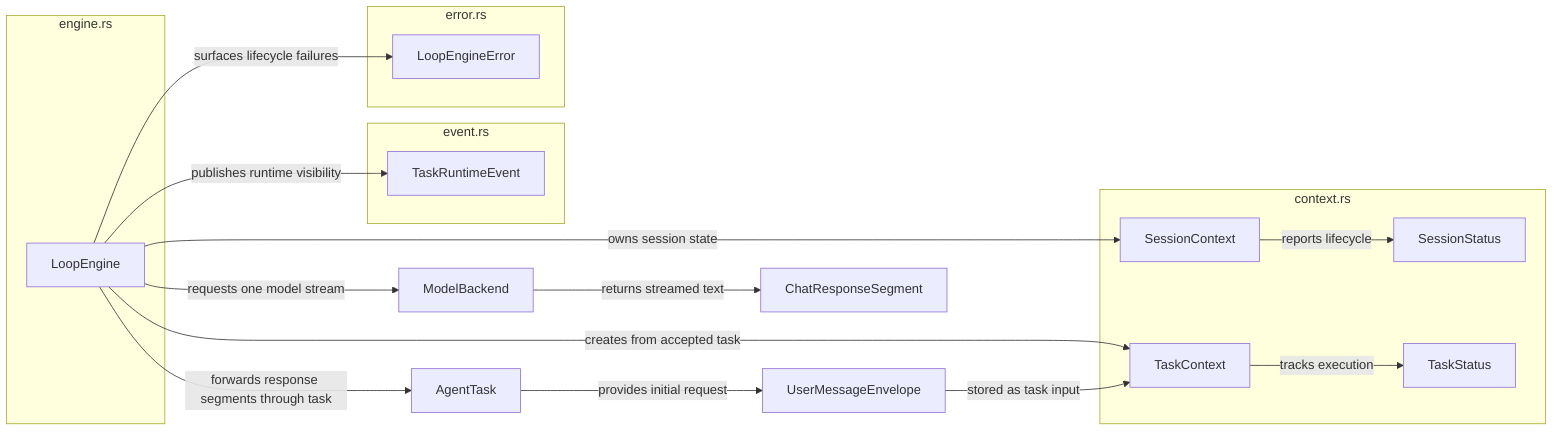
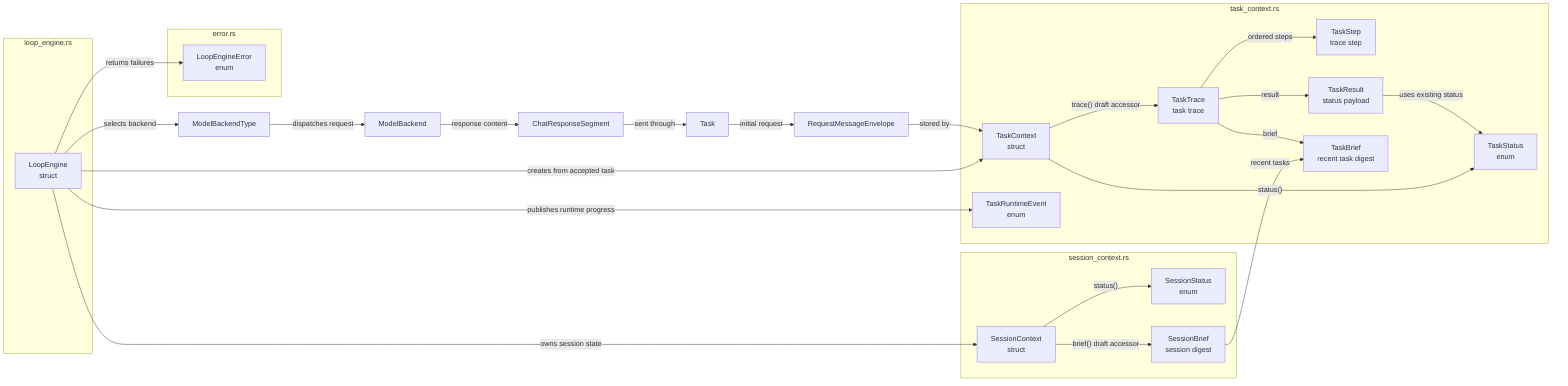
flowchart LR
-   subgraph context_rs["context.rs"]
-     SessionContext["SessionContext"]
-     SessionStatus["SessionStatus"]
-     TaskContext["TaskContext"]
-     TaskStatus["TaskStatus"]
+   subgraph loop_engine_rs["loop_engine.rs"]
+     LoopEngine["LoopEngine\nstruct"]
  end

-   subgraph event_rs["event.rs"]
-     TaskRuntimeEvent["TaskRuntimeEvent"]
+   subgraph session_context_rs["session_context.rs"]
+     SessionContext["SessionContext\nstruct"]
+     SessionStatus["SessionStatus\nenum"]
+     SessionBrief["SessionBrief\nsession digest"]
  end

-   subgraph engine_rs["engine.rs"]
-     LoopEngine["LoopEngine"]
+   subgraph task_context_rs["task_context.rs"]
+     TaskContext["TaskContext\nstruct"]
+     TaskStatus["TaskStatus\nenum"]
+     TaskRuntimeEvent["TaskRuntimeEvent\nenum"]
+     TaskTrace["TaskTrace\ntask trace"]
+     TaskStep["TaskStep\ntrace step"]
+     TaskResult["TaskResult\nstatus payload"]
+     TaskBrief["TaskBrief\nrecent task digest"]
  end

  subgraph error_rs["error.rs"]
-     LoopEngineError["LoopEngineError"]
+     LoopEngineError["LoopEngineError\nenum"]
  end

-   AgentTask["AgentTask"]
-   UserMessageEnvelope["UserMessageEnvelope"]
+   Task["Task"]
+   RequestMessageEnvelope["RequestMessageEnvelope"]
+   ModelBackendType["ModelBackendType"]
  ModelBackend["ModelBackend"]
  ChatResponseSegment["ChatResponseSegment"]

  LoopEngine -->|"owns session state"| SessionContext
-   SessionContext -->|"reports lifecycle"| SessionStatus
+   SessionContext -->|"status()"| SessionStatus
+   SessionContext -->|"brief() draft accessor"| SessionBrief
+   SessionBrief -->|"recent tasks"| TaskBrief
  LoopEngine -->|"creates from accepted task"| TaskContext
-   AgentTask -->|"provides initial request"| UserMessageEnvelope
-   UserMessageEnvelope -->|"stored as task input"| TaskContext
-   TaskContext -->|"tracks execution"| TaskStatus
-   LoopEngine -->|"publishes runtime visibility"| TaskRuntimeEvent
-   LoopEngine -->|"requests one model stream"| ModelBackend
-   ModelBackend -->|"returns streamed text"| ChatResponseSegment
-   LoopEngine -->|"forwards response segments through task"| AgentTask
-   LoopEngine -->|"surfaces lifecycle failures"| LoopEngineError
+   Task -->|"initial request"| RequestMessageEnvelope
+   RequestMessageEnvelope -->|"stored by"| TaskContext
+   TaskContext -->|"status()"| TaskStatus
+   TaskContext -->|"trace() draft accessor"| TaskTrace
+   TaskTrace -->|"ordered steps"| TaskStep
+   TaskTrace -->|"result"| TaskResult
+   TaskTrace -->|"brief"| TaskBrief
+   TaskResult -->|"uses existing status"| TaskStatus
+   LoopEngine -->|"publishes runtime progress"| TaskRuntimeEvent
+   LoopEngine -->|"selects backend"| ModelBackendType
+   ModelBackendType -->|"dispatches request"| ModelBackend
+   ModelBackend -->|"response content"| ChatResponseSegment
+   ChatResponseSegment -->|"sent through"| Task
+   LoopEngine -->|"returns failures"| LoopEngineError
